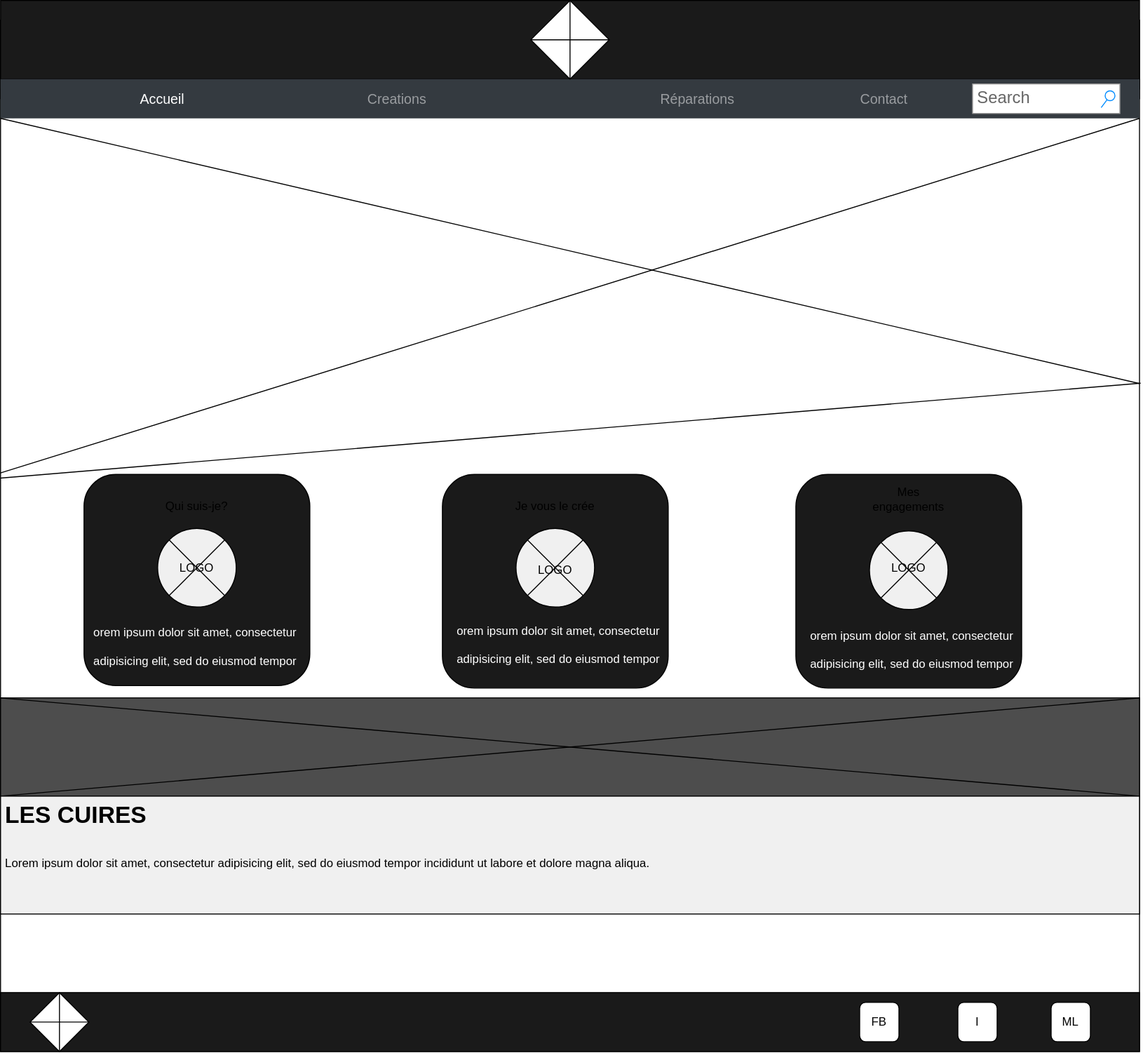
Above: conceptualisation/wireframes/Desktop/homepage.drawio.svg in RomainPerdriat/ArtisanatTh (draw.io), before the change. Source tidied: cells renumbered, new cells last; positions are measured from the earlier drawing's top-left corner, leaving out a move shared by most shapes. The source it was exported from:
```xml
<mxGraphModel>
  <root>
    <mxCell id="0" />
    <mxCell id="1" parent="0" />
    <mxCell id="2" style="rounded=0;whiteSpace=wrap;html=1;" parent="1" vertex="1">
      <mxGeometry y="20" width="1160" height="1050" as="geometry" />
    </mxCell>
    <mxCell id="3" style="rounded=0;whiteSpace=wrap;html=1;fillColor=#1A1A1A;" parent="1" vertex="1">
      <mxGeometry width="1160" height="100" as="geometry" />
    </mxCell>
    <mxCell id="4" style="rounded=0;whiteSpace=wrap;html=1;" parent="1" vertex="1">
      <mxGeometry y="80" width="1160" height="10" as="geometry" />
    </mxCell>
    <mxCell id="5" style="html=1;shadow=0;dashed=0;fillColor=#343A40;strokeColor=none;fontSize=16;fontColor=#ffffff;align=left;spacing=15;" parent="1" vertex="1">
      <mxGeometry y="80" width="1160" height="40" as="geometry" />
    </mxCell>
    <mxCell id="6" value="Accueil   " style="fillColor=none;strokeColor=none;fontSize=14;fontColor=#ffffff;align=center;" parent="5" vertex="1">
      <mxGeometry width="70" height="40" relative="1" as="geometry">
        <mxPoint x="130" as="offset" />
      </mxGeometry>
    </mxCell>
    <mxCell id="7" value="Creations" style="fillColor=none;strokeColor=none;fontSize=14;fontColor=#9A9DA0;align=center;" parent="5" vertex="1">
      <mxGeometry width="70" height="40" relative="1" as="geometry">
        <mxPoint x="369" as="offset" />
      </mxGeometry>
    </mxCell>
    <mxCell id="8" value="Réparations" style="fillColor=none;strokeColor=none;fontSize=14;fontColor=#9A9DA0;align=center;spacingRight=0;" parent="5" vertex="1">
      <mxGeometry width="80" height="40" relative="1" as="geometry">
        <mxPoint x="670" as="offset" />
      </mxGeometry>
    </mxCell>
    <mxCell id="9" value="Contact" style="fillColor=none;strokeColor=none;fontSize=14;fontColor=#9A9DA0;align=center;" parent="5" vertex="1">
      <mxGeometry width="80" height="40" relative="1" as="geometry">
        <mxPoint x="860" as="offset" />
      </mxGeometry>
    </mxCell>
    <mxCell id="10" value="Search" style="strokeWidth=1;shadow=0;dashed=0;align=center;html=1;shape=mxgraph.mockup.forms.searchBox;strokeColor=#999999;mainText=;strokeColor2=#008cff;fontColor=#666666;fontSize=17;align=left;spacingLeft=3;" parent="5" vertex="1">
      <mxGeometry x="990" y="5" width="150" height="30" as="geometry" />
    </mxCell>
    <mxCell id="11" style="rhombus;whiteSpace=wrap;html=1;" parent="1" vertex="1">
      <mxGeometry x="540" width="80" height="80" as="geometry" />
    </mxCell>
    <mxCell id="12" style="endArrow=none;html=1;entryX=0.5;entryY=0;entryDx=0;entryDy=0;exitX=0.5;exitY=0;exitDx=0;exitDy=0;" parent="1" edge="1" source="5" target="11">
      <mxGeometry relative="1" as="geometry" />
    </mxCell>
    <mxCell id="13" style="endArrow=none;html=1;entryX=1;entryY=0.5;entryDx=0;entryDy=0;exitX=0;exitY=0.5;exitDx=0;exitDy=0;" parent="1" edge="1" source="11" target="11">
      <mxGeometry relative="1" as="geometry" />
    </mxCell>
    <mxCell id="14" style="endArrow=none;html=1;exitX=0;exitY=0.444;exitDx=0;exitDy=0;exitPerimeter=0;entryX=1.001;entryY=0.352;entryDx=0;entryDy=0;entryPerimeter=0;" parent="1" edge="1" source="2" target="2">
      <mxGeometry relative="1" as="geometry" />
    </mxCell>
    <mxCell id="15" style="endArrow=none;html=1;entryX=1;entryY=1;entryDx=0;entryDy=0;exitX=0;exitY=0.439;exitDx=0;exitDy=0;exitPerimeter=0;" parent="1" edge="1" source="2" target="5">
      <mxGeometry relative="1" as="geometry" />
    </mxCell>
    <mxCell id="16" style="endArrow=none;html=1;entryX=0;entryY=1;entryDx=0;entryDy=0;" parent="1" edge="1" target="5">
      <mxGeometry relative="1" as="geometry">
        <mxPoint x="1160" y="390" as="sourcePoint" />
      </mxGeometry>
    </mxCell>
    <mxCell id="17" style="rounded=1;whiteSpace=wrap;html=1;fillColor=#1A1A1A;" parent="1" vertex="1">
      <mxGeometry x="85" y="482.5" width="230" height="215" as="geometry" />
    </mxCell>
    <mxCell id="18" style="rounded=1;whiteSpace=wrap;html=1;fillColor=#1A1A1A;" parent="1" vertex="1">
      <mxGeometry x="450" y="482.5" width="230" height="217.5" as="geometry" />
    </mxCell>
    <mxCell id="19" style="rounded=1;whiteSpace=wrap;html=1;fillColor=#1A1A1A;" parent="1" vertex="1">
      <mxGeometry x="810" y="482.5" width="230" height="217.5" as="geometry" />
    </mxCell>
    <mxCell id="20" value="Qui suis-je?" style="text;html=1;strokeColor=none;fillColor=none;align=center;verticalAlign=middle;whiteSpace=wrap;rounded=0;" parent="1" vertex="1">
      <mxGeometry x="150" y="490" width="100" height="50" as="geometry" />
    </mxCell>
    <mxCell id="21" value="Je vous le crée" style="text;html=1;strokeColor=none;fillColor=none;align=center;verticalAlign=middle;whiteSpace=wrap;rounded=0;" parent="1" vertex="1">
      <mxGeometry x="515" y="490" width="100" height="50" as="geometry" />
    </mxCell>
    <mxCell id="22" value="Mes engagements" style="text;html=1;strokeColor=none;fillColor=none;align=center;verticalAlign=middle;whiteSpace=wrap;rounded=0;" parent="1" vertex="1">
      <mxGeometry x="875" y="482.5" width="100" height="50" as="geometry" />
    </mxCell>
    <mxCell id="23" style="rounded=0;whiteSpace=wrap;html=1;fillColor=#1A1A1A;" parent="1" vertex="1">
      <mxGeometry y="1010" width="1160" height="60" as="geometry" />
    </mxCell>
    <mxCell id="24" style="rhombus;whiteSpace=wrap;html=1;" parent="1" vertex="1">
      <mxGeometry x="30" y="1010" width="60" height="60" as="geometry" />
    </mxCell>
    <mxCell id="25" style="endArrow=none;html=1;entryX=0.5;entryY=0;entryDx=0;entryDy=0;" parent="1" edge="1" target="24">
      <mxGeometry relative="1" as="geometry">
        <mxPoint x="60" y="1070" as="sourcePoint" />
      </mxGeometry>
    </mxCell>
    <mxCell id="26" style="endArrow=none;html=1;entryX=1;entryY=0.5;entryDx=0;entryDy=0;exitX=0;exitY=0.5;exitDx=0;exitDy=0;" parent="1" edge="1" source="24" target="24">
      <mxGeometry relative="1" as="geometry" />
    </mxCell>
    <mxCell id="27" style="rounded=1;whiteSpace=wrap;html=1;fillColor=#FFFFFF;" parent="1" vertex="1">
      <mxGeometry x="875" y="1020" width="40" height="40" as="geometry" />
    </mxCell>
    <mxCell id="28" style="rounded=1;whiteSpace=wrap;html=1;fillColor=#FFFFFF;" parent="1" vertex="1">
      <mxGeometry x="975" y="1020" width="40" height="40" as="geometry" />
    </mxCell>
    <mxCell id="29" style="rounded=1;whiteSpace=wrap;html=1;fillColor=#FFFFFF;" parent="1" vertex="1">
      <mxGeometry x="1070" y="1020" width="40" height="40" as="geometry" />
    </mxCell>
    <mxCell id="30" value="&lt;font color=&quot;#000000&quot;&gt;FB&lt;/font&gt;" style="text;html=1;strokeColor=none;fillColor=none;align=center;verticalAlign=middle;whiteSpace=wrap;rounded=0;" parent="1" vertex="1">
      <mxGeometry x="865" y="1025" width="60" height="30" as="geometry" />
    </mxCell>
    <mxCell id="31" value="&lt;font color=&quot;#000000&quot;&gt;I&lt;/font&gt;" style="text;html=1;strokeColor=none;fillColor=none;align=center;verticalAlign=middle;whiteSpace=wrap;rounded=0;" parent="1" vertex="1">
      <mxGeometry x="965" y="1025" width="60" height="30" as="geometry" />
    </mxCell>
    <mxCell id="32" value="&lt;font color=&quot;#000000&quot;&gt;ML&lt;/font&gt;" style="text;html=1;strokeColor=none;fillColor=none;align=center;verticalAlign=middle;whiteSpace=wrap;rounded=0;" parent="1" vertex="1">
      <mxGeometry x="1060" y="1025" width="60" height="30" as="geometry" />
    </mxCell>
    <mxCell id="33" style="rounded=0;whiteSpace=wrap;html=1;fontColor=#000000;fillColor=#4D4D4D;" parent="1" vertex="1">
      <mxGeometry y="710" width="1160" height="100" as="geometry" />
    </mxCell>
    <mxCell id="34" style="endArrow=none;html=1;fontColor=#000000;entryX=1;entryY=0;entryDx=0;entryDy=0;exitX=0;exitY=1;exitDx=0;exitDy=0;" parent="1" edge="1" source="33" target="33">
      <mxGeometry relative="1" as="geometry" />
    </mxCell>
    <mxCell id="35" style="endArrow=none;html=1;fontColor=#000000;entryX=1;entryY=1;entryDx=0;entryDy=0;exitX=0;exitY=0;exitDx=0;exitDy=0;" parent="1" edge="1" source="33" target="33">
      <mxGeometry relative="1" as="geometry" />
    </mxCell>
    <mxCell id="36" style="rounded=0;whiteSpace=wrap;html=1;fontColor=#000000;fillColor=#F0F0F0;" parent="1" vertex="1">
      <mxGeometry y="810" width="1160" height="120" as="geometry" />
    </mxCell>
    <mxCell id="37" value="&lt;h1&gt;&lt;span&gt;LES CUIRES&amp;nbsp;&lt;/span&gt;&lt;/h1&gt;&lt;h1&gt;&lt;span style=&quot;font-size: 12px ; font-weight: normal&quot;&gt;Lorem ipsum dolor sit amet, consectetur adipisicing elit, sed do eiusmod tempor incididunt ut labore et dolore magna aliqua.&lt;/span&gt;&lt;br&gt;&lt;/h1&gt;" style="text;html=1;strokeColor=none;fillColor=none;spacing=5;spacingTop=-20;whiteSpace=wrap;overflow=hidden;rounded=0;fontColor=#000000;" parent="1" vertex="1">
      <mxGeometry y="810" width="670" height="120" as="geometry" />
    </mxCell>
    <mxCell id="38" style="shape=sumEllipse;perimeter=ellipsePerimeter;whiteSpace=wrap;html=1;backgroundOutline=1;fontColor=#000000;fillColor=#F0F0F0;" parent="1" vertex="1">
      <mxGeometry x="160" y="537.5" width="80" height="80" as="geometry" />
    </mxCell>
    <mxCell id="39" style="shape=sumEllipse;perimeter=ellipsePerimeter;whiteSpace=wrap;html=1;backgroundOutline=1;fontColor=#000000;fillColor=#F0F0F0;" parent="1" vertex="1">
      <mxGeometry x="525" y="537.5" width="80" height="80" as="geometry" />
    </mxCell>
    <mxCell id="40" style="shape=sumEllipse;perimeter=ellipsePerimeter;whiteSpace=wrap;html=1;backgroundOutline=1;fontColor=#000000;fillColor=#F0F0F0;" parent="1" vertex="1">
      <mxGeometry x="885" y="540" width="80" height="80" as="geometry" />
    </mxCell>
    <mxCell id="41" value="&lt;h1&gt;&lt;span style=&quot;font-size: 12px ; font-weight: normal&quot;&gt;&lt;font color=&quot;#ffffff&quot;&gt;orem ipsum dolor sit amet, consectetur adipisicing elit, sed do eiusmod tempor incididunt ut labore et dolore magna aliqua.&lt;/font&gt;&lt;/span&gt;&lt;br&gt;&lt;/h1&gt;" style="text;html=1;strokeColor=none;fillColor=none;spacing=5;spacingTop=-20;whiteSpace=wrap;overflow=hidden;rounded=0;fontColor=#000000;" parent="1" vertex="1">
      <mxGeometry x="90" y="620" width="240" height="75" as="geometry" />
    </mxCell>
    <mxCell id="42" value="&lt;h1&gt;&lt;span style=&quot;font-size: 12px ; font-weight: normal&quot;&gt;&lt;font color=&quot;#ffffff&quot;&gt;orem ipsum dolor sit amet, consectetur adipisicing elit, sed do eiusmod tempor incididunt ut labore et dolore magna aliqua.&lt;/font&gt;&lt;/span&gt;&lt;br&gt;&lt;/h1&gt;" style="text;html=1;strokeColor=none;fillColor=none;spacing=5;spacingTop=-20;whiteSpace=wrap;overflow=hidden;rounded=0;fontColor=#000000;" parent="1" vertex="1">
      <mxGeometry x="460" y="617.5" width="240" height="75" as="geometry" />
    </mxCell>
    <mxCell id="43" value="&lt;h1&gt;&lt;span style=&quot;font-size: 12px ; font-weight: normal&quot;&gt;&lt;font color=&quot;#ffffff&quot;&gt;orem ipsum dolor sit amet, consectetur adipisicing elit, sed do eiusmod tempor incididunt ut labore et dolore magna aliqua.&lt;/font&gt;&lt;/span&gt;&lt;br&gt;&lt;/h1&gt;" style="text;html=1;strokeColor=none;fillColor=none;spacing=5;spacingTop=-20;whiteSpace=wrap;overflow=hidden;rounded=0;fontColor=#000000;" parent="1" vertex="1">
      <mxGeometry x="820" y="622.5" width="240" height="75" as="geometry" />
    </mxCell>
    <mxCell id="44" value="&lt;font color=&quot;#000000&quot;&gt;LOGO&lt;/font&gt;" style="text;html=1;strokeColor=none;fillColor=none;align=center;verticalAlign=middle;whiteSpace=wrap;rounded=0;fontColor=#FFFFFF;" parent="1" vertex="1">
      <mxGeometry x="170" y="562.5" width="60" height="30" as="geometry" />
    </mxCell>
    <mxCell id="45" value="&lt;font color=&quot;#000000&quot;&gt;LOGO&lt;/font&gt;" style="text;html=1;strokeColor=none;fillColor=none;align=center;verticalAlign=middle;whiteSpace=wrap;rounded=0;fontColor=#FFFFFF;" parent="1" vertex="1">
      <mxGeometry x="535" y="564.5" width="60" height="30" as="geometry" />
    </mxCell>
    <mxCell id="46" value="&lt;font color=&quot;#000000&quot;&gt;LOGO&lt;/font&gt;" style="text;html=1;strokeColor=none;fillColor=none;align=center;verticalAlign=middle;whiteSpace=wrap;rounded=0;fontColor=#FFFFFF;" parent="1" vertex="1">
      <mxGeometry x="895" y="562.5" width="60" height="30" as="geometry" />
    </mxCell>
  </root>
</mxGraphModel>
```
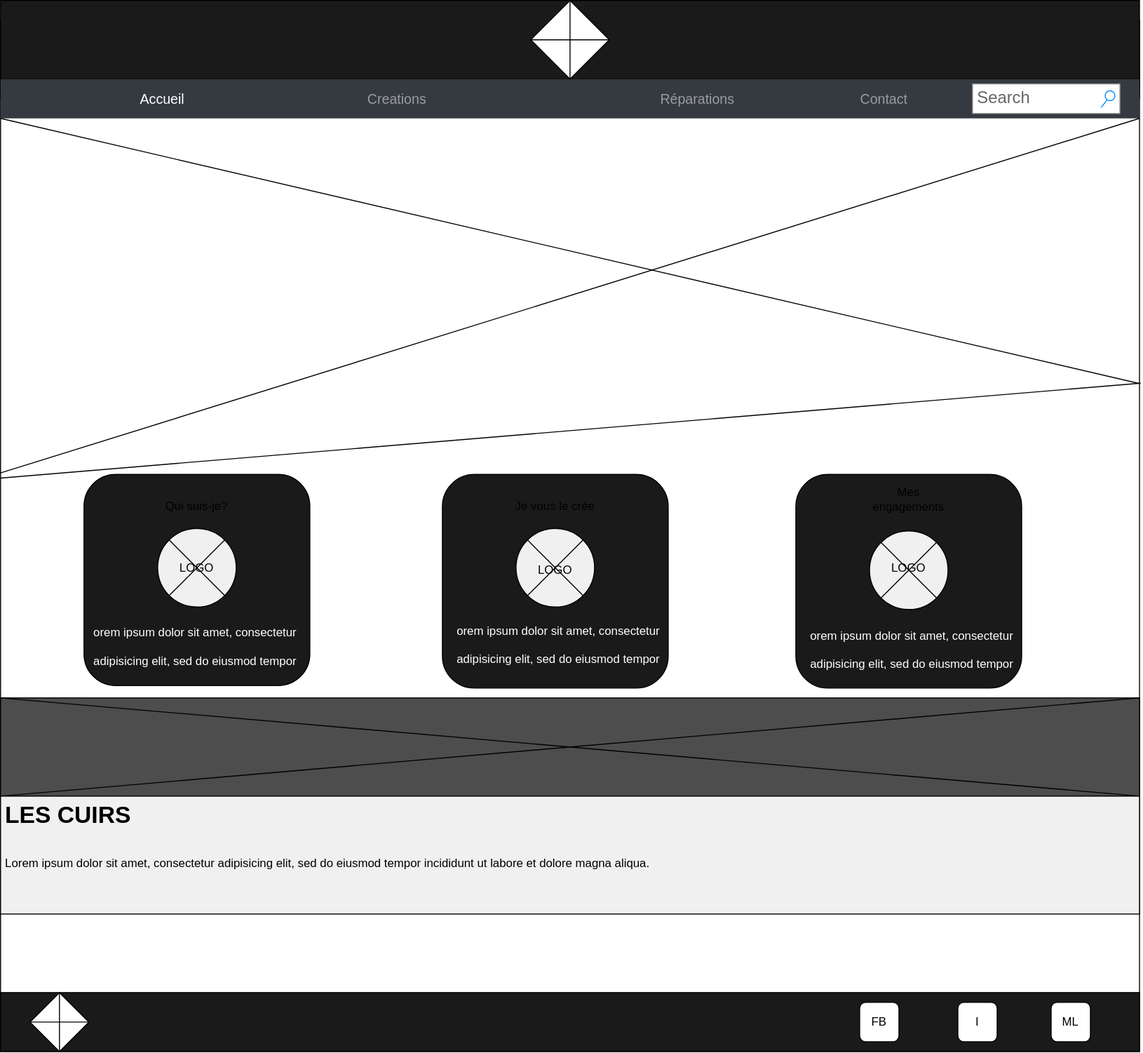
The same diagram one commit later.

Change to the diagram source:
```diff
@@ -119,7 +119,7 @@
     <mxCell id="36" style="rounded=0;whiteSpace=wrap;html=1;fontColor=#000000;fillColor=#F0F0F0;" parent="1" vertex="1">
       <mxGeometry y="810" width="1160" height="120" as="geometry" />
     </mxCell>
-    <mxCell id="37" value="&lt;h1&gt;&lt;span&gt;LES CUIRES&amp;nbsp;&lt;/span&gt;&lt;/h1&gt;&lt;h1&gt;&lt;span style=&quot;font-size: 12px ; font-weight: normal&quot;&gt;Lorem ipsum dolor sit amet, consectetur adipisicing elit, sed do eiusmod tempor incididunt ut labore et dolore magna aliqua.&lt;/span&gt;&lt;br&gt;&lt;/h1&gt;" style="text;html=1;strokeColor=none;fillColor=none;spacing=5;spacingTop=-20;whiteSpace=wrap;overflow=hidden;rounded=0;fontColor=#000000;" parent="1" vertex="1">
+    <mxCell id="37" value="&lt;h1&gt;&lt;span&gt;LES CUIRS&amp;nbsp;&lt;/span&gt;&lt;/h1&gt;&lt;h1&gt;&lt;span style=&quot;font-size: 12px ; font-weight: normal&quot;&gt;Lorem ipsum dolor sit amet, consectetur adipisicing elit, sed do eiusmod tempor incididunt ut labore et dolore magna aliqua.&lt;/span&gt;&lt;br&gt;&lt;/h1&gt;" style="text;html=1;strokeColor=none;fillColor=none;spacing=5;spacingTop=-20;whiteSpace=wrap;overflow=hidden;rounded=0;fontColor=#000000;" parent="1" vertex="1">
       <mxGeometry y="810" width="670" height="120" as="geometry" />
     </mxCell>
     <mxCell id="38" style="shape=sumEllipse;perimeter=ellipsePerimeter;whiteSpace=wrap;html=1;backgroundOutline=1;fontColor=#000000;fillColor=#F0F0F0;" parent="1" vertex="1">
```
